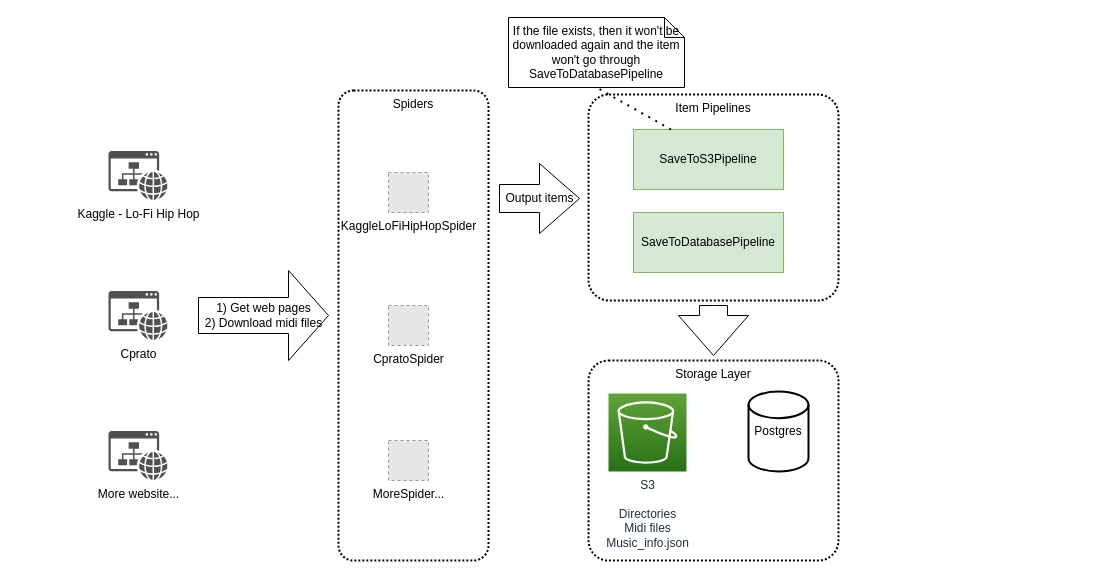
yaohuiwu/SimpleFS keeps this draw.io diagram as MusicMachine Design.drawio. Above is the earlier version. Source tidied: cells renumbered, new cells numbered last; positions are measured from the earlier drawing's top-left corner, leaving out a move shared by most shapes. Both pictures are drawn from the tidied source at 100%, with x=0, y=0 at pixel (108, 17). Pictures stored in the file or linked from it are replaced by grey dashed boxes.
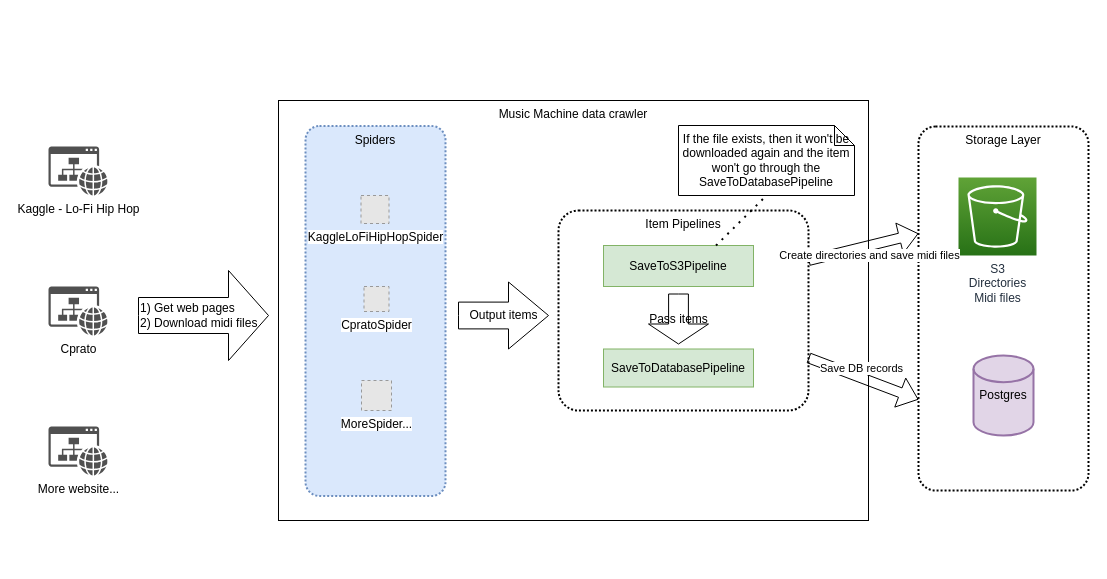
After the change.

Diff of the diagram source:
```diff
@@
+    <mxCell id="20" value="Music Machine data crawler" style="rounded=0;whiteSpace=wrap;html=1;verticalAlign=top;" parent="1" vertex="1">
+      <mxGeometry x="170" y="83" width="590" height="420" as="geometry" />
+    </mxCell>
     <mxCell id="2" value="Storage Layer" style="rounded=1;arcSize=10;dashed=1;fillColor=none;gradientColor=none;dashPattern=1 1;strokeWidth=2;verticalAlign=top;" parent="1" vertex="1">
-      <mxGeometry x="480" y="343" width="250" height="200" as="geometry" />
+      <mxGeometry x="810" y="109" width="170" height="364" as="geometry" />
     </mxCell>
-    <mxCell id="3" value="S3&lt;br&gt;&lt;br&gt;Directories&lt;br&gt;Midi files&lt;br&gt;Music_info.json" style="sketch=0;fontColor=#232F3E;gradientColor=#60A337;gradientDirection=north;fillColor=#277116;strokeColor=#ffffff;dashed=0;verticalLabelPosition=bottom;verticalAlign=top;align=center;html=1;fontSize=12;fontStyle=0;shape=mxgraph.aws4.resourceIcon;resIcon=mxgraph.aws4.s3;" parent="1" vertex="1">
-      <mxGeometry x="500" y="376" width="78" height="78" as="geometry" />
+    <mxCell id="3" value="S3&lt;br&gt;Directories&lt;br&gt;Midi files" style="sketch=0;fontColor=#232F3E;gradientColor=#60A337;gradientDirection=north;fillColor=#277116;strokeColor=#ffffff;dashed=0;verticalLabelPosition=bottom;verticalAlign=top;align=center;html=1;fontSize=12;fontStyle=0;shape=mxgraph.aws4.resourceIcon;resIcon=mxgraph.aws4.s3;" parent="1" vertex="1">
+      <mxGeometry x="850" y="160" width="78" height="78" as="geometry" />
     </mxCell>
-    <mxCell id="4" value="Postgres" style="strokeWidth=2;html=1;shape=mxgraph.flowchart.database;whiteSpace=wrap;" parent="1" vertex="1">
-      <mxGeometry x="640" y="374" width="60" height="80" as="geometry" />
+    <mxCell id="4" value="Postgres" style="strokeWidth=2;html=1;shape=mxgraph.flowchart.database;whiteSpace=wrap;fillColor=#e1d5e7;strokeColor=#9673a6;" parent="1" vertex="1">
+      <mxGeometry x="865" y="338" width="60" height="80" as="geometry" />
     </mxCell>
-    <mxCell id="5" value="Spiders" style="rounded=1;arcSize=10;dashed=1;fillColor=none;gradientColor=none;dashPattern=1 1;strokeWidth=2;verticalAlign=top;" parent="1" vertex="1">
-      <mxGeometry x="230" y="73" width="150" height="470" as="geometry" />
+    <mxCell id="5" value="Spiders" style="rounded=1;arcSize=10;dashed=1;fillColor=#dae8fc;dashPattern=1 1;strokeWidth=2;verticalAlign=top;strokeColor=#6c8ebf;" parent="1" vertex="1">
+      <mxGeometry x="197" y="108.5" width="140" height="370" as="geometry" />
     </mxCell>
     <mxCell id="6" value="Kaggle - Lo-Fi Hip Hop" style="sketch=0;shadow=0;dashed=0;html=1;strokeColor=none;fillColor=#505050;labelPosition=center;verticalLabelPosition=bottom;verticalAlign=top;align=center;shape=mxgraph.office.concepts.website;" parent="1" vertex="1">
-      <mxGeometry y="133.5" width="59" height="49" as="geometry" />
+      <mxGeometry x="-60" y="129" width="59" height="49" as="geometry" />
     </mxCell>
     <mxCell id="7" value="Cprato" style="sketch=0;shadow=0;dashed=0;html=1;strokeColor=none;fillColor=#505050;labelPosition=center;verticalLabelPosition=bottom;verticalAlign=top;align=center;shape=mxgraph.office.concepts.website;" parent="1" vertex="1">
-      <mxGeometry y="273.5" width="59" height="49" as="geometry" />
+      <mxGeometry x="-60" y="269" width="59" height="49" as="geometry" />
     </mxCell>
     <mxCell id="8" value="More website..." style="sketch=0;shadow=0;dashed=0;html=1;strokeColor=none;fillColor=#505050;labelPosition=center;verticalLabelPosition=bottom;verticalAlign=top;align=center;shape=mxgraph.office.concepts.website;" parent="1" vertex="1">
-      <mxGeometry y="413.5" width="59" height="49" as="geometry" />
+      <mxGeometry x="-60" y="409" width="59" height="49" as="geometry" />
     </mxCell>
     <mxCell id="9" value="KaggleLoFiHipHopSpider" style="fillColor=#E6E6E6;strokeColor=#999999;dashed=1;html=1;verticalAlign=top;verticalLabelPosition=bottom;labelBackgroundColor=#ffffff;" parent="1" vertex="1">
-      <mxGeometry x="280" y="155" width="40" height="40" as="geometry" />
+      <mxGeometry x="252.5" y="178" width="28" height="28" as="geometry" />
     </mxCell>
     <mxCell id="10" value="CpratoSpider" style="fillColor=#E6E6E6;strokeColor=#999999;dashed=1;html=1;verticalAlign=top;verticalLabelPosition=bottom;labelBackgroundColor=#ffffff;" parent="1" vertex="1">
-      <mxGeometry x="280" y="288" width="40" height="40" as="geometry" />
+      <mxGeometry x="255.5" y="269" width="25" height="25" as="geometry" />
     </mxCell>
     <mxCell id="11" value="MoreSpider..." style="fillColor=#E6E6E6;strokeColor=#999999;dashed=1;html=1;verticalAlign=top;verticalLabelPosition=bottom;labelBackgroundColor=#ffffff;" parent="1" vertex="1">
-      <mxGeometry x="280" y="423" width="40" height="40" as="geometry" />
+      <mxGeometry x="253" y="363" width="30" height="30" as="geometry" />
     </mxCell>
     <mxCell id="12" value="Item Pipelines" style="rounded=1;arcSize=10;dashed=1;fillColor=none;gradientColor=none;dashPattern=1 1;strokeWidth=2;verticalAlign=top;" parent="1" vertex="1">
-      <mxGeometry x="480" y="77" width="250" height="206" as="geometry" />
+      <mxGeometry x="450" y="193" width="250" height="200" as="geometry" />
     </mxCell>
-    <mxCell id="13" value="1) Get web pages&lt;br&gt;2) Download midi files" style="html=1;shadow=0;dashed=0;align=center;verticalAlign=middle;shape=mxgraph.arrows2.arrow;dy=0.6;dx=40;notch=0;" parent="1" vertex="1">
-      <mxGeometry x="90" y="253" width="130" height="90" as="geometry" />
+    <mxCell id="13" value="1) Get web pages&lt;br&gt;2) Download midi files" style="html=1;shadow=0;dashed=0;align=left;verticalAlign=middle;shape=mxgraph.arrows2.arrow;dy=0.6;dx=40;notch=0;" parent="1" vertex="1">
+      <mxGeometry x="30" y="253" width="130" height="90" as="geometry" />
     </mxCell>
     <mxCell id="14" value="SaveToDatabasePipeline" style="rounded=0;whiteSpace=wrap;html=1;fillColor=#d5e8d4;strokeColor=#82b366;" parent="1" vertex="1">
-      <mxGeometry x="525" y="195" width="150" height="60" as="geometry" />
+      <mxGeometry x="495" y="331.5" width="150" height="38" as="geometry" />
     </mxCell>
     <mxCell id="15" value="SaveToS3Pipeline" style="rounded=0;whiteSpace=wrap;html=1;fillColor=#d5e8d4;strokeColor=#82b366;" parent="1" vertex="1">
-      <mxGeometry x="525" y="112" width="150" height="60" as="geometry" />
+      <mxGeometry x="495" y="228" width="150" height="41" as="geometry" />
     </mxCell>
-    <mxCell id="16" value="If the file exists, then it won't be downloaded again and the item won't go through SaveToDatabasePipeline" style="shape=note;size=20;whiteSpace=wrap;html=1;" parent="1" vertex="1">
-      <mxGeometry x="400" width="176" height="70" as="geometry" />
+    <mxCell id="16" value="If the file exists, then it won't be downloaded again and the item won't go through the SaveToDatabasePipeline" style="shape=note;size=20;whiteSpace=wrap;html=1;" parent="1" vertex="1">
+      <mxGeometry x="570" y="108" width="176" height="70" as="geometry" />
     </mxCell>
-    <mxCell id="17" style="endArrow=none;dashed=1;html=1;dashPattern=1 3;strokeWidth=2;rounded=0;entryX=0.5;entryY=1;entryDx=0;entryDy=0;entryPerimeter=0;exitX=0.25;exitY=0;exitDx=0;exitDy=0;" parent="1" edge="1" source="15" target="16">
+    <mxCell id="17" style="endArrow=none;dashed=1;html=1;dashPattern=1 3;strokeWidth=2;rounded=0;entryX=0.5;entryY=1;entryDx=0;entryDy=0;entryPerimeter=0;exitX=0.75;exitY=0;exitDx=0;exitDy=0;" parent="1" edge="1" source="15" target="16">
       <mxGeometry relative="1" as="geometry" />
     </mxCell>
-    <mxCell id="18" style="html=1;shadow=0;dashed=0;align=center;verticalAlign=middle;shape=mxgraph.arrows2.arrow;dy=0.6;dx=40;direction=south;notch=0;" parent="1" vertex="1">
-      <mxGeometry x="570" y="288" width="70" height="50" as="geometry" />
-    </mxCell>
     <mxCell id="19" value="Output items" style="html=1;shadow=0;dashed=0;align=center;verticalAlign=middle;shape=mxgraph.arrows2.arrow;dy=0.6;dx=40;notch=0;" parent="1" vertex="1">
-      <mxGeometry x="391" y="146" width="80" height="70" as="geometry" />
+      <mxGeometry x="350" y="264.5" width="90" height="67" as="geometry" />
     </mxCell>
+    <mxCell id="21" style="shape=flexArrow;endArrow=classic;html=1;rounded=0;entryX=0;entryY=0.294;entryDx=0;entryDy=0;entryPerimeter=0;exitX=1;exitY=0.25;exitDx=0;exitDy=0;" parent="1" edge="1" source="12" target="2">
+      <mxGeometry relative="1" as="geometry" />
+    </mxCell>
+    <mxCell id="22" value="Create directories and save midi files" style="edgeLabel;html=1;align=center;verticalAlign=middle;" parent="21" vertex="1">
+      <mxGeometry x="-0.31" y="-1" relative="1" as="geometry">
+        <mxPoint x="22" y="3" as="offset" />
+      </mxGeometry>
+    </mxCell>
+    <mxCell id="23" value="Pass items" style="html=1;shadow=0;dashed=0;align=center;verticalAlign=middle;shape=mxgraph.arrows2.arrow;dy=0.67;dx=20;notch=0;rotation=90;horizontal=0;" parent="1" vertex="1">
+      <mxGeometry x="545" y="271.5" width="50" height="60" as="geometry" />
+    </mxCell>
+    <mxCell id="24" style="shape=flexArrow;endArrow=classic;html=1;rounded=0;entryX=0;entryY=0.75;entryDx=0;entryDy=0;" parent="1" edge="1" source="12" target="2">
+      <mxGeometry relative="1" as="geometry" />
+    </mxCell>
+    <mxCell id="25" value="Save DB records" style="edgeLabel;html=1;align=center;verticalAlign=middle;" parent="24" vertex="1">
+      <mxGeometry x="-0.05" y="-1" relative="1" as="geometry">
+        <mxPoint y="-11" as="offset" />
+      </mxGeometry>
+    </mxCell>
```
